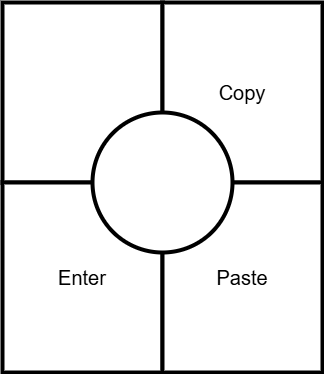
Before: img/slimblade_Left_upper.dio.png, a diagram exported from draw.io (saitoperf/autohotkey). Source tidied: cells renumbered, new cells last; positions are measured from the earlier drawing's top-left corner, leaving out a move shared by most shapes. Its diagram source:
```xml
<mxGraphModel>
  <root>
    <mxCell id="0" />
    <mxCell id="1" parent="0" />
    <mxCell id="2" style="rounded=0;whiteSpace=wrap;fillColor=light-dark(#FFFFFF,#0000FF);strokeWidth=4;fontSize=20;html=1;" parent="1" vertex="1">
      <mxGeometry width="160" height="180" as="geometry" />
    </mxCell>
    <mxCell id="3" value="Enter" style="rounded=0;whiteSpace=wrap;fillColor=light-dark(#FFFFFF,#CC0000);strokeWidth=4;fontSize=20;html=1;" parent="1" vertex="1">
      <mxGeometry y="180" width="160" height="190" as="geometry" />
    </mxCell>
    <mxCell id="4" value="Copy" style="rounded=0;whiteSpace=wrap;fillColor=light-dark(#FFFFFF,#CC0000);strokeWidth=4;fontSize=20;html=1;" parent="1" vertex="1">
      <mxGeometry x="160" width="160" height="180" as="geometry" />
    </mxCell>
    <mxCell id="5" value="Paste" style="rounded=0;whiteSpace=wrap;fillColor=light-dark(#FFFFFF,#CC0000);strokeWidth=4;fontSize=20;html=1;" parent="1" vertex="1">
      <mxGeometry x="160" y="180" width="160" height="190" as="geometry" />
    </mxCell>
    <mxCell id="6" style="ellipse;whiteSpace=wrap;html=1;strokeWidth=4;" parent="1" vertex="1">
      <mxGeometry x="90" y="110" width="140" height="140" as="geometry" />
    </mxCell>
  </root>
</mxGraphModel>
```
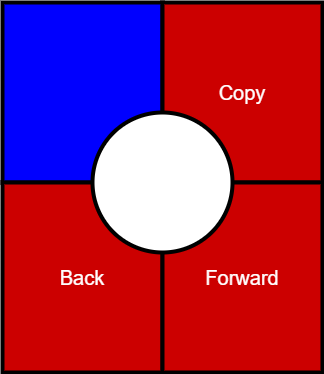
After the commit.

The edit, as a diff of the source:
```diff
@@ -2,16 +2,16 @@
   <root>
     <mxCell id="0" />
     <mxCell id="1" parent="0" />
-    <mxCell id="2" style="rounded=0;whiteSpace=wrap;fillColor=light-dark(#FFFFFF,#0000FF);strokeWidth=4;fontSize=20;html=1;" parent="1" vertex="1">
+    <mxCell id="2" style="rounded=0;whiteSpace=wrap;fillColor=light-dark(#0000FF,#0000FF);strokeWidth=4;fontSize=20;html=1;" parent="1" vertex="1">
       <mxGeometry width="160" height="180" as="geometry" />
     </mxCell>
-    <mxCell id="3" value="Enter" style="rounded=0;whiteSpace=wrap;fillColor=light-dark(#FFFFFF,#CC0000);strokeWidth=4;fontSize=20;html=1;" parent="1" vertex="1">
+    <mxCell id="3" value="Back" style="rounded=0;whiteSpace=wrap;fillColor=light-dark(#CC0000,#CC0000);strokeWidth=4;fontSize=20;html=1;fontColor=#FFFFFF;" parent="1" vertex="1">
       <mxGeometry y="180" width="160" height="190" as="geometry" />
     </mxCell>
-    <mxCell id="4" value="Copy" style="rounded=0;whiteSpace=wrap;fillColor=light-dark(#FFFFFF,#CC0000);strokeWidth=4;fontSize=20;html=1;" parent="1" vertex="1">
+    <mxCell id="4" value="Copy" style="rounded=0;whiteSpace=wrap;fillColor=light-dark(#CC0000,#CC0000);strokeWidth=4;fontSize=20;html=1;fontColor=#FFFFFF;" parent="1" vertex="1">
       <mxGeometry x="160" width="160" height="180" as="geometry" />
     </mxCell>
-    <mxCell id="5" value="Paste" style="rounded=0;whiteSpace=wrap;fillColor=light-dark(#FFFFFF,#CC0000);strokeWidth=4;fontSize=20;html=1;" parent="1" vertex="1">
+    <mxCell id="5" value="Forward" style="rounded=0;whiteSpace=wrap;fillColor=light-dark(#CC0000,#CC0000);strokeWidth=4;fontSize=20;html=1;fontColor=#FFFFFF;" parent="1" vertex="1">
       <mxGeometry x="160" y="180" width="160" height="190" as="geometry" />
     </mxCell>
     <mxCell id="6" style="ellipse;whiteSpace=wrap;html=1;strokeWidth=4;" parent="1" vertex="1">
```
